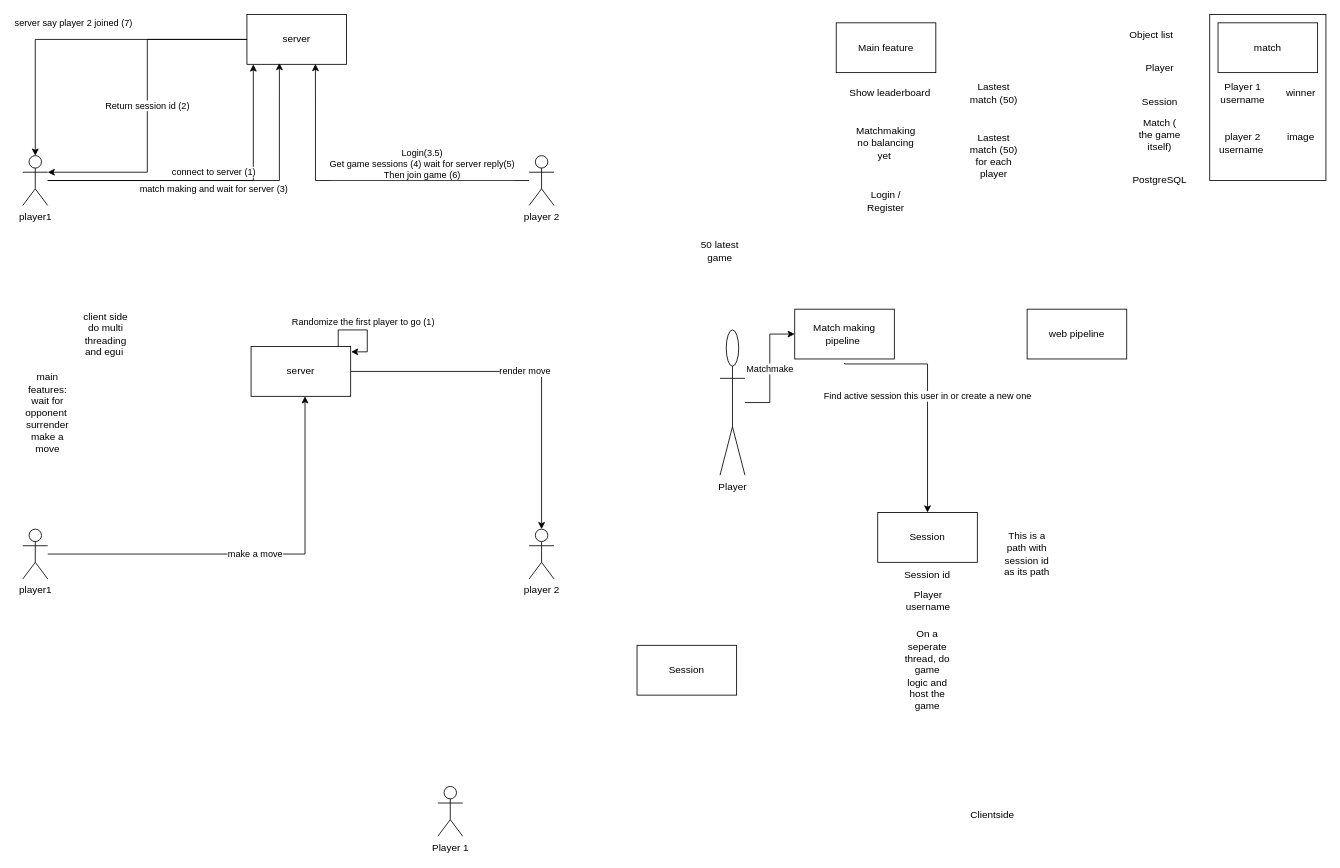
The draw.io diagram xogamedev.drawio in ktokto313/xogamedev, before the edit. Source tidied: cells renumbered, new cells numbered last; positions are measured from the earlier drawing's top-left corner, leaving out a move shared by most shapes. Both pictures are drawn from the tidied source at 83%, with x=0, y=0 at pixel (22, 14).
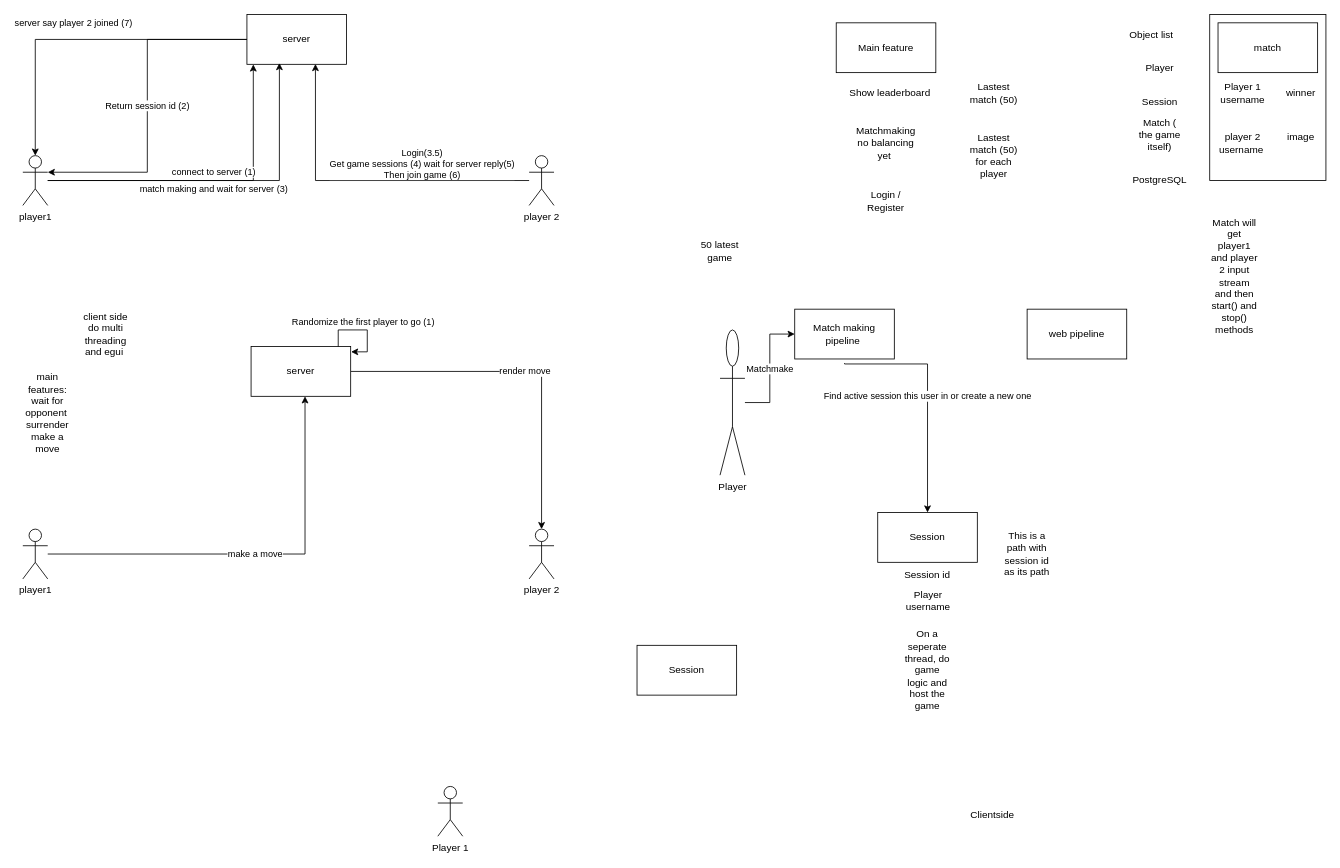
Above is the later version.

Change to the diagram source:
```diff
@@
+    <mxCell id="49" value="Match will get player1 and player 2 input stream and then start() and stop() methods" style="text;html=1;align=center;verticalAlign=middle;whiteSpace=wrap;rounded=0;" parent="1" vertex="1">
+      <mxGeometry x="1430" y="300" width="60" height="30" as="geometry" />
+    </mxCell>
```
